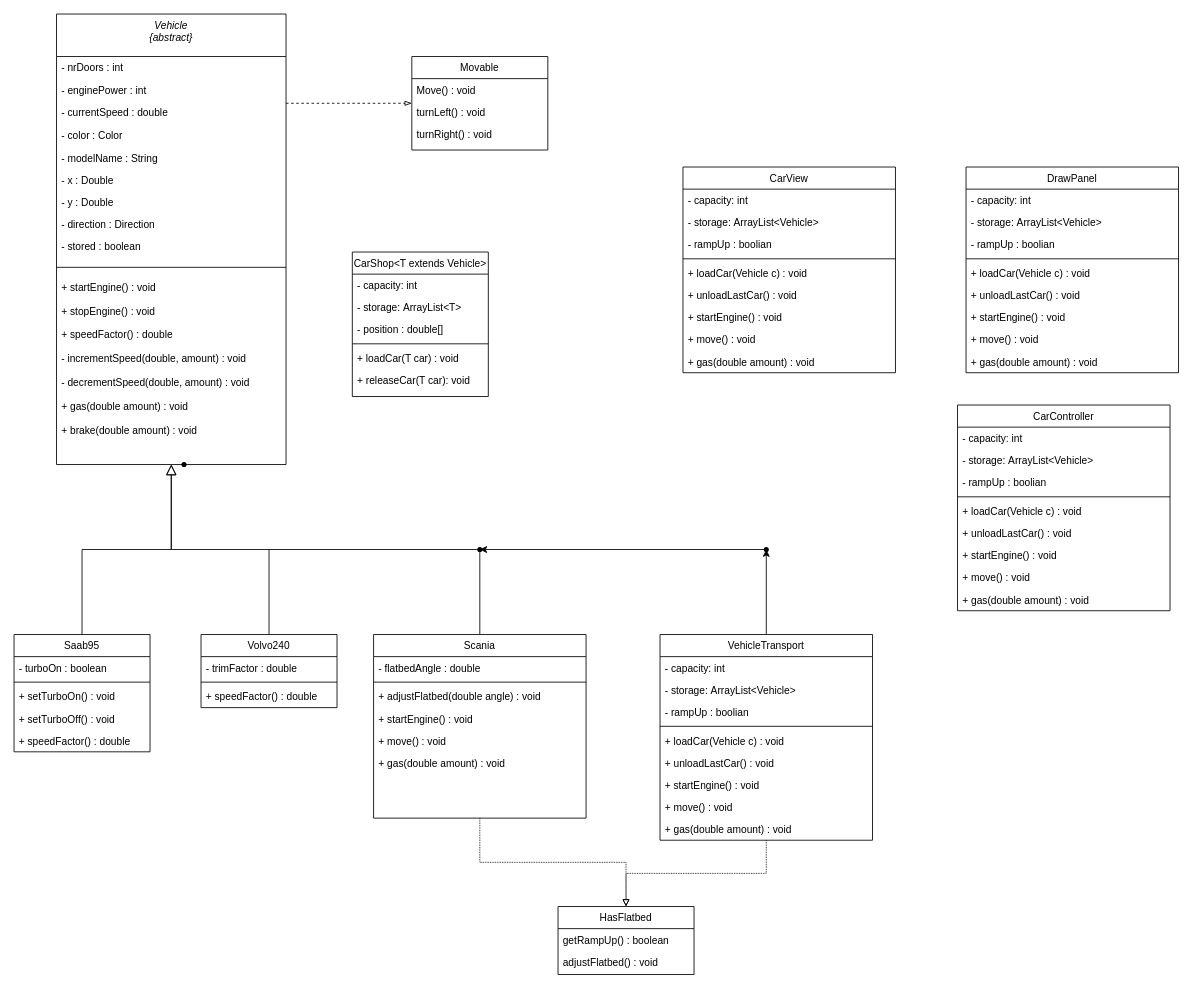
Above: CarsKlassDiagram.drawio in ash-salt/lab3-oop (draw.io), before the change. Source tidied: cells renumbered, new cells numbered last; positions are measured from the earlier drawing's top-left corner, leaving out a move shared by most shapes. Both pictures are drawn from the tidied source at 85%, with x=0, y=0 at pixel (14, 14).
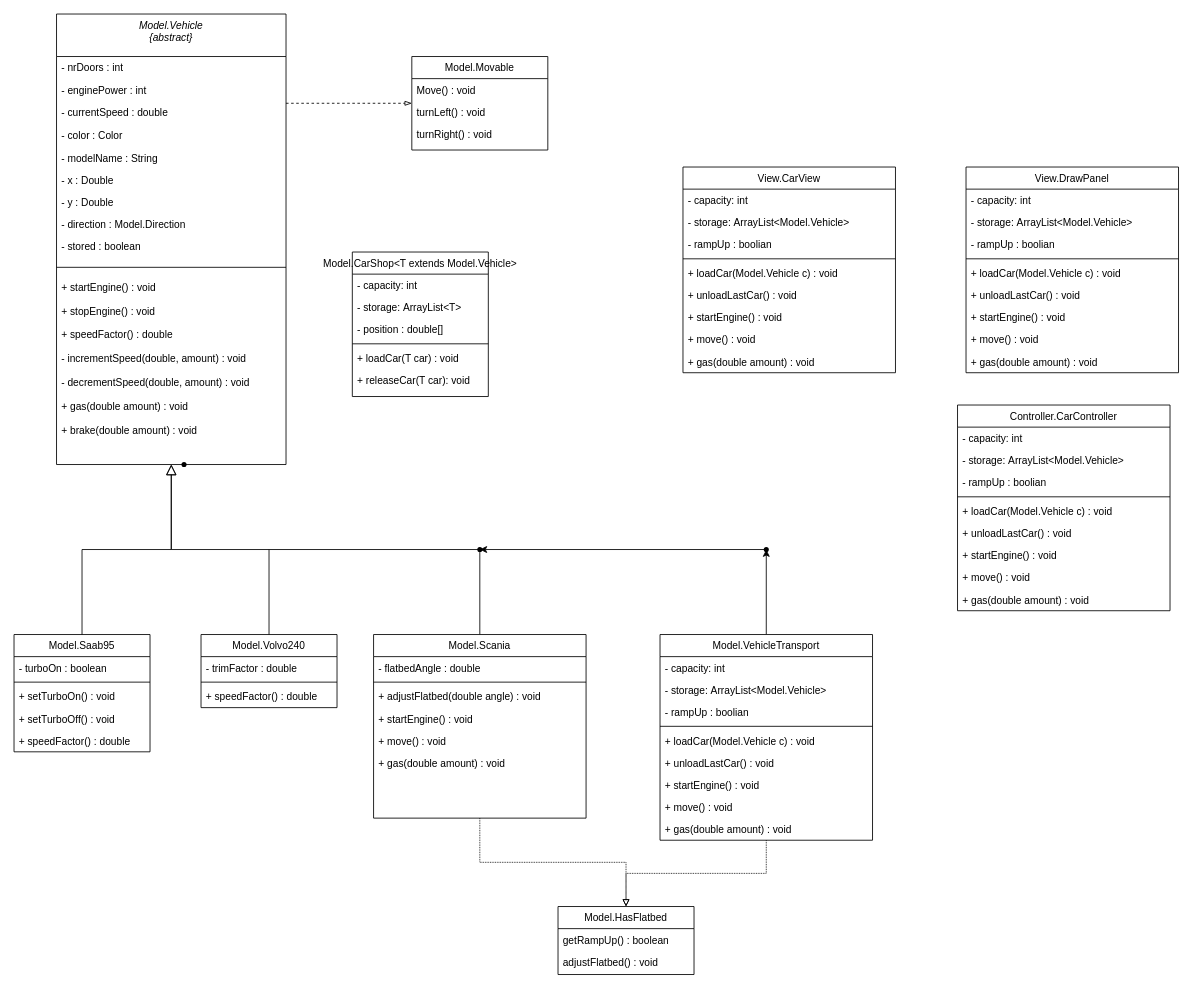
The same diagram, later.

The edit, as a diff of the source:
```diff
@@
-    <mxCell id="2" value="Vehicle&#10;{abstract}" style="swimlane;fontStyle=2;align=center;verticalAlign=top;horizontal=1;startSize=50;rounded=0;shadow=0;strokeWidth=1;" parent="1" vertex="1">
+    <mxCell id="2" value="Model.Vehicle&#10;{abstract}" style="swimlane;fontStyle=2;align=center;verticalAlign=top;horizontal=1;startSize=50;rounded=0;shadow=0;strokeWidth=1;" parent="1" vertex="1">
       <mxGeometry x="50" width="270" height="530" as="geometry" />
     </mxCell>
@@
-    <mxCell id="10" value="- direction : Direction" style="text;align=left;verticalAlign=top;spacingLeft=4;spacingRight=4;overflow=hidden;" parent="2" vertex="1">
+    <mxCell id="10" value="- direction : Model.Direction" style="text;align=left;verticalAlign=top;spacingLeft=4;spacingRight=4;overflow=hidden;" parent="2" vertex="1">
       <mxGeometry y="234" width="270" height="26" as="geometry" />
     </mxCell>
@@
-    <mxCell id="20" value="Saab95" style="swimlane;fontStyle=0;align=center;verticalAlign=top;horizontal=1;startSize=26;rounded=0;shadow=0;strokeWidth=1;" parent="1" vertex="1">
+    <mxCell id="20" value="Model.Saab95" style="swimlane;fontStyle=0;align=center;verticalAlign=top;horizontal=1;startSize=26;rounded=0;shadow=0;strokeWidth=1;" parent="1" vertex="1">
       <mxGeometry y="730" width="160" height="138" as="geometry" />
     </mxCell>
@@
-    <mxCell id="27" value="Volvo240" style="swimlane;fontStyle=0;align=center;verticalAlign=top;horizontal=1;startSize=26;rounded=0;shadow=0;strokeWidth=1;" parent="1" vertex="1">
+    <mxCell id="27" value="Model.Volvo240" style="swimlane;fontStyle=0;align=center;verticalAlign=top;horizontal=1;startSize=26;rounded=0;shadow=0;strokeWidth=1;" parent="1" vertex="1">
       <mxGeometry x="220" y="730" width="160" height="86" as="geometry" />
     </mxCell>
@@
-    <mxCell id="32" value="Movable" style="swimlane;fontStyle=0;align=center;verticalAlign=top;horizontal=1;startSize=26;rounded=0;shadow=0;strokeWidth=1;" parent="1" vertex="1">
+    <mxCell id="32" value="Model.Movable" style="swimlane;fontStyle=0;align=center;verticalAlign=top;horizontal=1;startSize=26;rounded=0;shadow=0;strokeWidth=1;" parent="1" vertex="1">
       <mxGeometry x="468" y="50" width="160" height="110" as="geometry" />
     </mxCell>
@@
-    <mxCell id="39" value="Scania" style="swimlane;fontStyle=0;align=center;verticalAlign=top;horizontal=1;startSize=26;rounded=0;shadow=0;strokeWidth=1;" parent="1" vertex="1">
+    <mxCell id="39" value="Model.Scania" style="swimlane;fontStyle=0;align=center;verticalAlign=top;horizontal=1;startSize=26;rounded=0;shadow=0;strokeWidth=1;" parent="1" vertex="1">
       <mxGeometry x="423" y="730" width="250" height="216" as="geometry" />
     </mxCell>
@@
-    <mxCell id="54" value="VehicleTransport" style="swimlane;fontStyle=0;align=center;verticalAlign=top;horizontal=1;startSize=26;rounded=0;shadow=0;strokeWidth=1;" parent="1" vertex="1">
+    <mxCell id="54" value="Model.VehicleTransport" style="swimlane;fontStyle=0;align=center;verticalAlign=top;horizontal=1;startSize=26;rounded=0;shadow=0;strokeWidth=1;" parent="1" vertex="1">
       <mxGeometry x="760" y="730" width="250" height="242" as="geometry" />
     </mxCell>
@@
-    <mxCell id="56" value="- storage: ArrayList&lt;Vehicle&gt;" style="text;align=left;verticalAlign=top;spacingLeft=4;spacingRight=4;overflow=hidden;" parent="54" vertex="1">
+    <mxCell id="56" value="- storage: ArrayList&lt;Model.Vehicle&gt;" style="text;align=left;verticalAlign=top;spacingLeft=4;spacingRight=4;overflow=hidden;" parent="54" vertex="1">
       <mxGeometry y="52" width="250" height="26" as="geometry" />
     </mxCell>
@@
-    <mxCell id="59" value="+ loadCar(Vehicle c) : void" style="text;align=left;verticalAlign=top;spacingLeft=4;spacingRight=4;overflow=hidden;" parent="54" vertex="1">
+    <mxCell id="59" value="+ loadCar(Model.Vehicle c) : void" style="text;align=left;verticalAlign=top;spacingLeft=4;spacingRight=4;overflow=hidden;" parent="54" vertex="1">
       <mxGeometry y="112" width="250" height="26" as="geometry" />
     </mxCell>
@@
-    <mxCell id="68" value="HasFlatbed" style="swimlane;fontStyle=0;align=center;verticalAlign=top;horizontal=1;startSize=26;rounded=0;shadow=0;strokeWidth=1;" parent="1" vertex="1">
+    <mxCell id="68" value="Model.HasFlatbed" style="swimlane;fontStyle=0;align=center;verticalAlign=top;horizontal=1;startSize=26;rounded=0;shadow=0;strokeWidth=1;" parent="1" vertex="1">
       <mxGeometry x="640" y="1050" width="160" height="80" as="geometry" />
     </mxCell>
@@
-    <mxCell id="71" value="CarShop&lt;T extends Vehicle&gt;" style="swimlane;fontStyle=0;align=center;verticalAlign=top;horizontal=1;startSize=26;rounded=0;shadow=0;strokeWidth=1;" parent="1" vertex="1">
+    <mxCell id="71" value="Model.CarShop&lt;T extends Model.Vehicle&gt;" style="swimlane;fontStyle=0;align=center;verticalAlign=top;horizontal=1;startSize=26;rounded=0;shadow=0;strokeWidth=1;" parent="1" vertex="1">
       <mxGeometry x="398" y="280" width="160" height="170" as="geometry" />
     </mxCell>
@@
-    <mxCell id="78" value="CarView" style="swimlane;fontStyle=0;align=center;verticalAlign=top;horizontal=1;startSize=26;rounded=0;shadow=0;strokeWidth=1;" parent="1" vertex="1">
+    <mxCell id="78" value="View.CarView" style="swimlane;fontStyle=0;align=center;verticalAlign=top;horizontal=1;startSize=26;rounded=0;shadow=0;strokeWidth=1;" parent="1" vertex="1">
       <mxGeometry x="787" y="180" width="250" height="242" as="geometry" />
     </mxCell>
@@
-    <mxCell id="80" value="- storage: ArrayList&lt;Vehicle&gt;" style="text;align=left;verticalAlign=top;spacingLeft=4;spacingRight=4;overflow=hidden;" parent="78" vertex="1">
+    <mxCell id="80" value="- storage: ArrayList&lt;Model.Vehicle&gt;" style="text;align=left;verticalAlign=top;spacingLeft=4;spacingRight=4;overflow=hidden;" parent="78" vertex="1">
       <mxGeometry y="52" width="250" height="26" as="geometry" />
     </mxCell>
@@
-    <mxCell id="83" value="+ loadCar(Vehicle c) : void" style="text;align=left;verticalAlign=top;spacingLeft=4;spacingRight=4;overflow=hidden;" parent="78" vertex="1">
+    <mxCell id="83" value="+ loadCar(Model.Vehicle c) : void" style="text;align=left;verticalAlign=top;spacingLeft=4;spacingRight=4;overflow=hidden;" parent="78" vertex="1">
       <mxGeometry y="112" width="250" height="26" as="geometry" />
     </mxCell>
@@
-    <mxCell id="88" value="DrawPanel" style="swimlane;fontStyle=0;align=center;verticalAlign=top;horizontal=1;startSize=26;rounded=0;shadow=0;strokeWidth=1;" parent="1" vertex="1">
+    <mxCell id="88" value="View.DrawPanel" style="swimlane;fontStyle=0;align=center;verticalAlign=top;horizontal=1;startSize=26;rounded=0;shadow=0;strokeWidth=1;" parent="1" vertex="1">
       <mxGeometry x="1120" y="180" width="250" height="242" as="geometry" />
     </mxCell>
@@
-    <mxCell id="90" value="- storage: ArrayList&lt;Vehicle&gt;" style="text;align=left;verticalAlign=top;spacingLeft=4;spacingRight=4;overflow=hidden;" parent="88" vertex="1">
+    <mxCell id="90" value="- storage: ArrayList&lt;Model.Vehicle&gt;" style="text;align=left;verticalAlign=top;spacingLeft=4;spacingRight=4;overflow=hidden;" parent="88" vertex="1">
       <mxGeometry y="52" width="250" height="26" as="geometry" />
     </mxCell>
@@
-    <mxCell id="93" value="+ loadCar(Vehicle c) : void" style="text;align=left;verticalAlign=top;spacingLeft=4;spacingRight=4;overflow=hidden;" parent="88" vertex="1">
+    <mxCell id="93" value="+ loadCar(Model.Vehicle c) : void" style="text;align=left;verticalAlign=top;spacingLeft=4;spacingRight=4;overflow=hidden;" parent="88" vertex="1">
       <mxGeometry y="112" width="250" height="26" as="geometry" />
     </mxCell>
@@
-    <mxCell id="98" value="CarController" style="swimlane;fontStyle=0;align=center;verticalAlign=top;horizontal=1;startSize=26;rounded=0;shadow=0;strokeWidth=1;" parent="1" vertex="1">
+    <mxCell id="98" value="Controller.CarController" style="swimlane;fontStyle=0;align=center;verticalAlign=top;horizontal=1;startSize=26;rounded=0;shadow=0;strokeWidth=1;" parent="1" vertex="1">
       <mxGeometry x="1110" y="460" width="250" height="242" as="geometry" />
     </mxCell>
@@
-    <mxCell id="100" value="- storage: ArrayList&lt;Vehicle&gt;" style="text;align=left;verticalAlign=top;spacingLeft=4;spacingRight=4;overflow=hidden;" parent="98" vertex="1">
+    <mxCell id="100" value="- storage: ArrayList&lt;Model.Vehicle&gt;" style="text;align=left;verticalAlign=top;spacingLeft=4;spacingRight=4;overflow=hidden;" parent="98" vertex="1">
       <mxGeometry y="52" width="250" height="26" as="geometry" />
     </mxCell>
@@
-    <mxCell id="103" value="+ loadCar(Vehicle c) : void" style="text;align=left;verticalAlign=top;spacingLeft=4;spacingRight=4;overflow=hidden;" parent="98" vertex="1">
+    <mxCell id="103" value="+ loadCar(Model.Vehicle c) : void" style="text;align=left;verticalAlign=top;spacingLeft=4;spacingRight=4;overflow=hidden;" parent="98" vertex="1">
       <mxGeometry y="112" width="250" height="26" as="geometry" />
     </mxCell>
```
